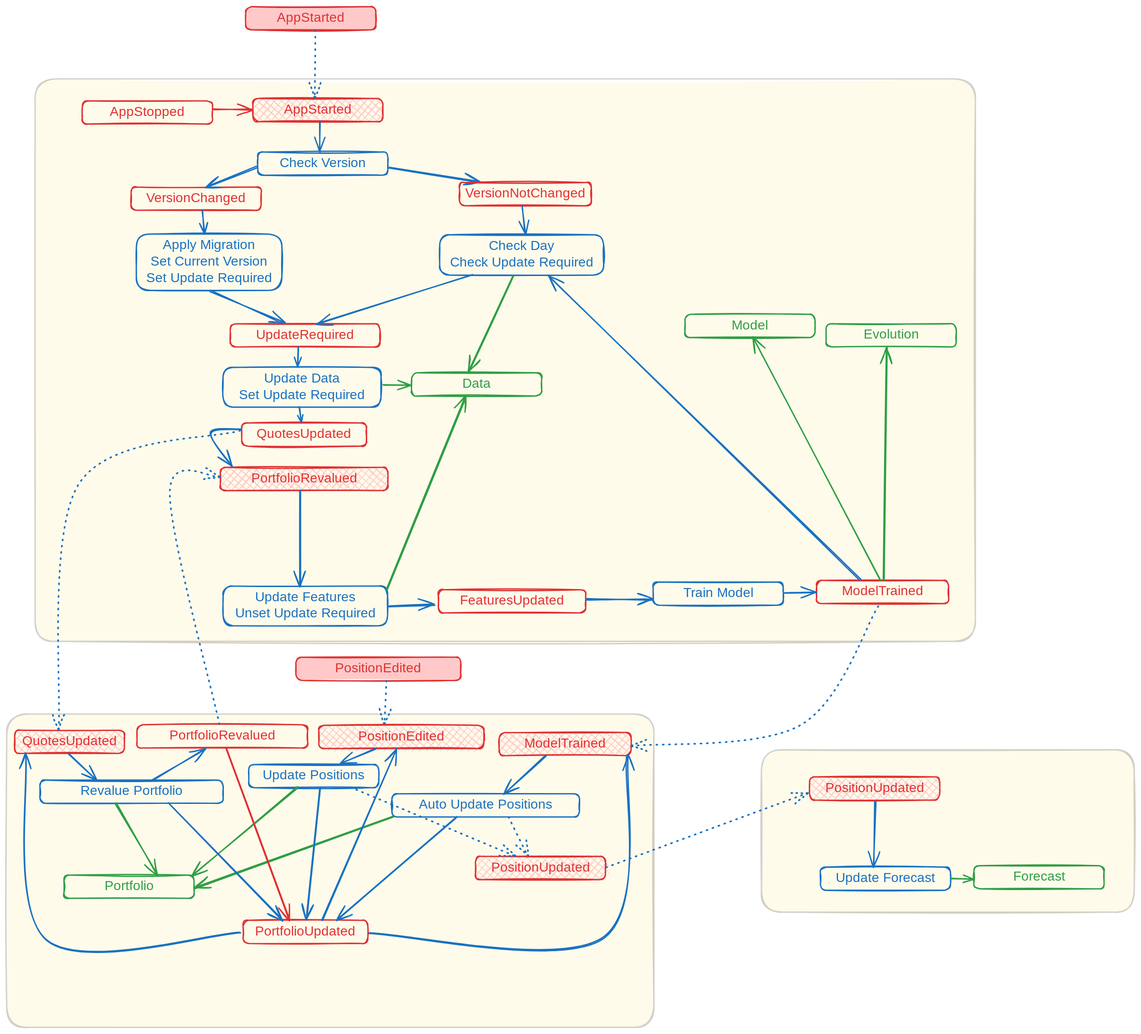
The Excalidraw diagram docs/fsm.excalidraw.svg in WLM1ke/poptimizer, before a commit. Source tidied: one line per element, renumbered; positions are measured from the earlier drawing's top-left corner, leaving out a move shared by most shapes.
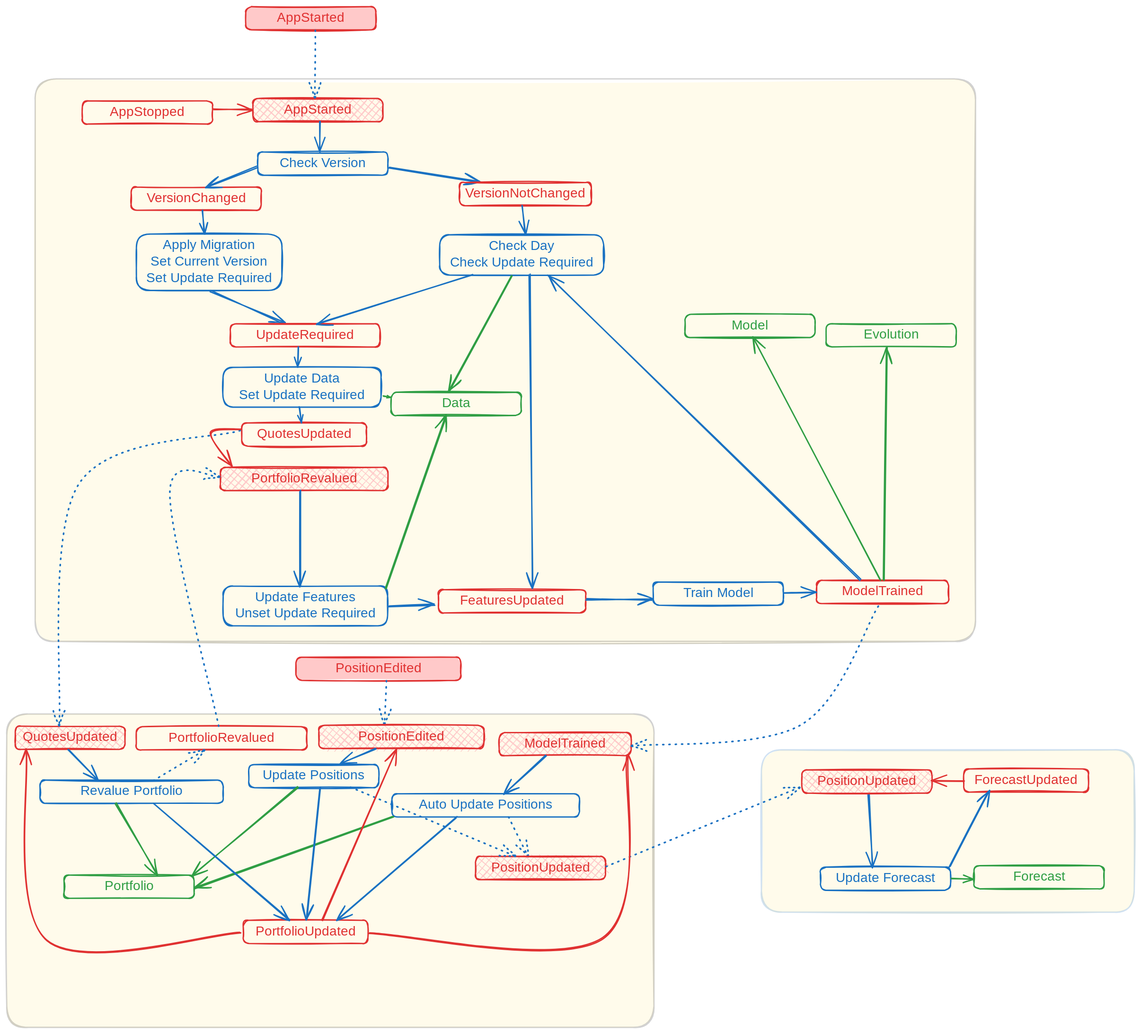
After the commit.

The edit, as a diff of the source:
```diff
@@ -1,3 +1,3 @@
 {"id": 0, "type": "rectangle", "strokeColor": "#1e1e1e", "backgroundColor": "#ffec99", "fillStyle": "solid", "strokeWidth": 2, "roughness": 1, "opacity": 20, "round": true, "x": 43, "y": 109, "width": 1419, "height": 849}
-{"id": 1, "type": "rectangle", "strokeColor": "#1e1e1e", "backgroundColor": "#ffec99", "fillStyle": "solid", "strokeWidth": 2, "roughness": 1, "opacity": 20, "round": true, "x": 1139, "y": 1121, "width": 563, "height": 245}
+{"id": 1, "type": "rectangle", "strokeColor": "#1971c2", "backgroundColor": "#ffec99", "fillStyle": "solid", "strokeWidth": 2, "roughness": 1, "opacity": 20, "round": true, "x": 1139, "y": 1121, "width": 563, "height": 245}
 {"id": 2, "type": "rectangle", "strokeColor": "#1e1e1e", "backgroundColor": "#ffec99", "fillStyle": "solid", "strokeWidth": 2, "roughness": 1, "opacity": 20, "round": true, "x": 0, "y": 1067, "width": 977, "height": 473}
@@ -5,4 +5,4 @@
 {"id": 4, "type": "text", "text": "AppStarted", "strokeColor": "#e03131", "strokeWidth": 2, "roughness": 1, "fontSize": 20, "fontFamily": 5, "textAlign": "center", "verticalAlign": "middle", "inside": 3, "x": 413, "y": 143, "width": 113, "height": 25}
-{"id": 5, "type": "rectangle", "strokeColor": "#2f9e44", "strokeWidth": 2, "roughness": 1, "round": true, "x": 611, "y": 552, "width": 196, "height": 35}
+{"id": 5, "type": "rectangle", "strokeColor": "#2f9e44", "strokeWidth": 2, "roughness": 1, "round": true, "x": 580, "y": 582, "width": 196, "height": 35}
-{"id": 6, "type": "text", "text": "Data", "strokeColor": "#2f9e44", "strokeWidth": 2, "roughness": 1, "fontSize": 20, "fontFamily": 5, "textAlign": "center", "verticalAlign": "middle", "inside": 5, "x": 684, "y": 557, "width": 50, "height": 25}
+{"id": 6, "type": "text", "text": "Data", "strokeColor": "#2f9e44", "strokeWidth": 2, "roughness": 1, "fontSize": 20, "fontFamily": 5, "textAlign": "center", "verticalAlign": "middle", "inside": 5, "x": 654, "y": 587, "width": 50, "height": 25}
 {"id": 7, "type": "rectangle", "strokeColor": "#2f9e44", "strokeWidth": 2, "roughness": 1, "round": true, "x": 86, "y": 1310, "width": 196, "height": 35}
@@ -41,6 +41,6 @@
 {"id": 40, "type": "arrow", "strokeColor": "#1971c2", "strokeWidth": 2, "strokeStyle": "dotted", "roughness": 1, "endArrowhead": "arrow", "round": true, "from": 27, "to": 38, "x": 519, "y": 1179, "width": 250, "height": 103, "points": [[0, 0], [250, 103]]}
-{"id": 41, "type": "arrow", "strokeColor": "#1971c2", "strokeWidth": 2, "roughness": 1, "endArrowhead": "arrow", "round": true, "from": 95, "to": 32, "x": 1310, "y": 1199, "width": 2, "height": 99, "points": [[0, 0], [-2, 99]]}
+{"id": 41, "type": "arrow", "strokeColor": "#1971c2", "strokeWidth": 2, "roughness": 1, "endArrowhead": "arrow", "round": true, "from": 95, "to": 32, "x": 1300, "y": 1187, "width": 7, "height": 111, "points": [[0, 0], [7, 111]]}
 {"id": 42, "type": "rectangle", "strokeColor": "#1971c2", "strokeWidth": 2, "roughness": 1, "round": true, "x": 196, "y": 343, "width": 220, "height": 85}
 {"id": 43, "type": "text", "text": "Apply Migration\nSet Current Version\nSet Update Required", "strokeColor": "#1971c2", "strokeWidth": 2, "roughness": 1, "fontSize": 20, "fontFamily": 5, "textAlign": "center", "verticalAlign": "middle", "inside": 42, "x": 204, "y": 348, "width": 204, "height": 75}
-{"id": 44, "type": "arrow", "strokeColor": "#2f9e44", "backgroundColor": "#ffec99", "fillStyle": "solid", "strokeWidth": 2, "roughness": 1, "endArrowhead": "arrow", "round": true, "from": 17, "to": 5, "x": 569, "y": 571, "width": 41, "height": 0, "points": [[0, 0], [41, 0]]}
+{"id": 44, "type": "arrow", "strokeColor": "#2f9e44", "backgroundColor": "#ffec99", "fillStyle": "solid", "strokeWidth": 2, "roughness": 1, "endArrowhead": "arrow", "round": true, "from": 17, "to": 5, "x": 569, "y": 588, "width": 10, "height": 1, "points": [[0, 0], [10, 1]]}
 {"id": 45, "type": "rectangle", "strokeColor": "#e03131", "strokeWidth": 2, "roughness": 1, "round": true, "x": 683, "y": 265, "width": 199, "height": 35}
@@ -56,3 +56,3 @@
 {"id": 55, "type": "arrow", "strokeColor": "#1971c2", "strokeWidth": 2, "roughness": 1, "endArrowhead": "arrow", "round": true, "from": 50, "to": 17, "x": 440, "y": 514, "width": 1, "height": 30, "points": [[0, 0], [-1, 30]]}
-{"id": 56, "type": "arrow", "strokeColor": "#2f9e44", "strokeWidth": 2, "roughness": 1, "endArrowhead": "arrow", "round": true, "from": 47, "to": 5, "x": 764, "y": 405, "width": 68, "height": 147, "points": [[0, 0], [-68, 147]]}
+{"id": 56, "type": "arrow", "strokeColor": "#2f9e44", "strokeWidth": 2, "roughness": 1, "endArrowhead": "arrow", "round": true, "from": 47, "to": 5, "x": 762, "y": 405, "width": 95, "height": 176, "points": [[0, 0], [-95, 176]]}
 {"id": 57, "type": "rectangle", "strokeColor": "#e03131", "strokeWidth": 2, "roughness": 1, "round": true, "x": 355, "y": 628, "width": 188, "height": 35}
@@ -60,8 +60,8 @@
 {"id": 59, "type": "arrow", "strokeColor": "#1971c2", "strokeWidth": 2, "roughness": 1, "endArrowhead": "arrow", "round": true, "from": 17, "to": 57, "x": 442, "y": 605, "width": 3, "height": 23, "points": [[0, 0], [3, 23]]}
-{"id": 60, "type": "rectangle", "strokeColor": "#e03131", "backgroundColor": "#ffc9c9", "fillStyle": "cross-hatch", "strokeWidth": 2, "roughness": 1, "round": true, "x": 12, "y": 1092, "width": 166, "height": 35}
+{"id": 60, "type": "rectangle", "strokeColor": "#e03131", "backgroundColor": "#ffc9c9", "fillStyle": "cross-hatch", "strokeWidth": 2, "roughness": 1, "round": true, "x": 13, "y": 1086, "width": 166, "height": 35}
-{"id": 61, "type": "text", "text": "QuotesUpdated", "strokeColor": "#e03131", "strokeWidth": 2, "roughness": 1, "fontSize": 20, "fontFamily": 5, "textAlign": "center", "verticalAlign": "middle", "inside": 60, "x": 18, "y": 1097, "width": 154, "height": 25}
+{"id": 61, "type": "text", "text": "QuotesUpdated", "strokeColor": "#e03131", "strokeWidth": 2, "roughness": 1, "fontSize": 20, "fontFamily": 5, "textAlign": "center", "verticalAlign": "middle", "inside": 60, "x": 19, "y": 1091, "width": 154, "height": 25}
-{"id": 62, "type": "arrow", "strokeColor": "#1971c2", "backgroundColor": "#ffc9c9", "fillStyle": "solid", "strokeWidth": 2, "roughness": 1, "endArrowhead": "arrow", "round": true, "from": 60, "to": 19, "x": 93, "y": 1127, "width": 43, "height": 40, "points": [[0, 0], [43, 40]]}
+{"id": 62, "type": "arrow", "strokeColor": "#1971c2", "backgroundColor": "#ffc9c9", "fillStyle": "solid", "strokeWidth": 2, "roughness": 1, "endArrowhead": "arrow", "round": true, "from": 60, "to": 19, "x": 93, "y": 1121, "width": 45, "height": 46, "points": [[0, 0], [45, 46]]}
-{"id": 63, "type": "rectangle", "strokeColor": "#e03131", "strokeWidth": 2, "roughness": 1, "round": true, "x": 197, "y": 1084, "width": 258, "height": 35}
+{"id": 63, "type": "rectangle", "strokeColor": "#e03131", "strokeWidth": 2, "roughness": 1, "round": true, "x": 195, "y": 1086, "width": 258, "height": 35}
-{"id": 64, "type": "text", "text": "PortfolioRevalued", "strokeColor": "#e03131", "strokeWidth": 2, "roughness": 1, "fontSize": 20, "fontFamily": 5, "textAlign": "center", "verticalAlign": "middle", "inside": 63, "x": 239, "y": 1089, "width": 174, "height": 25}
+{"id": 64, "type": "text", "text": "PortfolioRevalued", "strokeColor": "#e03131", "strokeWidth": 2, "roughness": 1, "fontSize": 20, "fontFamily": 5, "textAlign": "center", "verticalAlign": "middle", "inside": 63, "x": 237, "y": 1091, "width": 174, "height": 25}
-{"id": 65, "type": "arrow", "strokeColor": "#1971c2", "backgroundColor": "#ffc9c9", "fillStyle": "solid", "strokeWidth": 2, "roughness": 1, "endArrowhead": "arrow", "round": true, "from": 19, "to": 63, "x": 220, "y": 1167, "width": 80, "height": 48, "points": [[0, 0], [80, -48]]}
+{"id": 65, "type": "arrow", "strokeColor": "#1971c2", "backgroundColor": "#ffc9c9", "fillStyle": "solid", "strokeWidth": 2, "strokeStyle": "dotted", "roughness": 1, "endArrowhead": "arrow", "round": true, "from": 19, "to": 63, "x": 221, "y": 1167, "width": 77, "height": 45, "points": [[0, 0], [77, -45]]}
 {"id": 66, "type": "rectangle", "strokeColor": "#e03131", "backgroundColor": "#ffc9c9", "fillStyle": "cross-hatch", "strokeWidth": 2, "roughness": 1, "round": true, "x": 322, "y": 695, "width": 253, "height": 35}
@@ -74,3 +74,3 @@
 {"id": 73, "type": "arrow", "strokeColor": "#1971c2", "backgroundColor": "#ffc9c9", "fillStyle": "solid", "strokeWidth": 2, "strokeStyle": "dotted", "roughness": 1, "endArrowhead": "arrow", "round": true, "from": 71, "to": 3, "x": 465, "y": 35, "width": 0, "height": 102, "points": [[0, 0], [0, 102]]}
-{"id": 74, "type": "arrow", "strokeColor": "#2f9e44", "backgroundColor": "#ffc9c9", "fillStyle": "solid", "strokeWidth": 2, "roughness": 1, "endArrowhead": "arrow", "round": true, "from": 68, "to": 5, "x": 574, "y": 880, "width": 120, "height": 292, "points": [[0, 0], [120, -292]]}
+{"id": 74, "type": "arrow", "strokeColor": "#2f9e44", "backgroundColor": "#ffc9c9", "fillStyle": "solid", "strokeWidth": 2, "roughness": 1, "endArrowhead": "arrow", "round": true, "from": 68, "to": 5, "x": 572, "y": 878, "width": 92, "height": 261, "points": [[0, 0], [92, -261]]}
 {"id": 75, "type": "arrow", "strokeColor": "#1971c2", "backgroundColor": "#ffc9c9", "fillStyle": "solid", "strokeWidth": 2, "roughness": 1, "endArrowhead": "arrow", "round": true, "from": 68, "to": 52, "x": 577, "y": 906, "width": 70, "height": 3, "points": [[0, 0], [70, -3]]}
@@ -79,4 +79,4 @@
 {"id": 78, "type": "arrow", "strokeColor": "#1971c2", "backgroundColor": "#ffc9c9", "fillStyle": "cross-hatch", "strokeWidth": 2, "roughness": 1, "endArrowhead": "arrow", "round": true, "from": 76, "to": 27, "x": 557, "y": 1120, "width": 52, "height": 23, "points": [[0, 0], [-52, 23]]}
-{"id": 79, "type": "arrow", "strokeColor": "#1971c2", "backgroundColor": "#ffc9c9", "fillStyle": "cross-hatch", "strokeWidth": 2, "strokeStyle": "dotted", "roughness": 1, "endArrowhead": "arrow", "round": true, "from": 57, "to": 60, "x": 353, "y": 641, "width": 274, "height": 451, "points": [[0, 0], [-246, 81], [-274, 451]]}
+{"id": 79, "type": "arrow", "strokeColor": "#1971c2", "backgroundColor": "#ffc9c9", "fillStyle": "cross-hatch", "strokeWidth": 2, "strokeStyle": "dotted", "roughness": 1, "endArrowhead": "arrow", "round": true, "from": 57, "to": 60, "x": 353, "y": 641, "width": 273, "height": 445, "points": [[0, 0], [-246, 81], [-273, 445]]}
-{"id": 80, "type": "arrow", "strokeColor": "#1971c2", "backgroundColor": "#ffc9c9", "fillStyle": "cross-hatch", "strokeWidth": 2, "strokeStyle": "dotted", "roughness": 1, "endArrowhead": "arrow", "round": true, "from": 63, "to": 66, "x": 320, "y": 1083, "width": 74, "height": 374, "points": [[0, 0], [-73, -348], [2, -374]]}
+{"id": 80, "type": "arrow", "strokeColor": "#1971c2", "backgroundColor": "#ffc9c9", "fillStyle": "cross-hatch", "strokeWidth": 2, "strokeStyle": "dotted", "roughness": 1, "endArrowhead": "arrow", "round": true, "from": 63, "to": 66, "x": 319, "y": 1086, "width": 74, "height": 377, "points": [[0, 0], [-72, -351], [3, -377]]}
 {"id": 81, "type": "rectangle", "strokeColor": "#e03131", "strokeWidth": 2, "roughness": 1, "round": true, "x": 1223, "y": 866, "width": 199, "height": 35}
@@ -94,6 +94,6 @@
 {"id": 93, "type": "arrow", "strokeColor": "#1971c2", "backgroundColor": "#ffc9c9", "fillStyle": "cross-hatch", "strokeWidth": 2, "strokeStyle": "dotted", "roughness": 1, "endArrowhead": "arrow", "round": true, "from": 81, "to": 84, "x": 1316, "y": 904, "width": 374, "height": 212, "points": [[0, 0], [-119, 180], [-374, 212]]}
-{"id": 94, "type": "arrow", "strokeColor": "#1971c2", "backgroundColor": "#ffc9c9", "fillStyle": "cross-hatch", "strokeWidth": 2, "roughness": 1, "endArrowhead": "arrow", "round": true, "from": 57, "to": 66, "x": 354, "y": 637, "width": 45, "height": 58, "points": [[0, 0], [-45, 7], [-13, 58]]}
+{"id": 94, "type": "arrow", "strokeColor": "#e03131", "backgroundColor": "#ffc9c9", "fillStyle": "cross-hatch", "strokeWidth": 2, "roughness": 1, "endArrowhead": "arrow", "round": true, "from": 57, "to": 66, "x": 354, "y": 637, "width": 45, "height": 58, "points": [[0, 0], [-45, 7], [-13, 58]]}
-{"id": 95, "type": "rectangle", "strokeColor": "#e03131", "backgroundColor": "#ffc9c9", "fillStyle": "cross-hatch", "strokeWidth": 2, "roughness": 1, "round": true, "x": 1212, "y": 1162, "width": 196, "height": 35}
+{"id": 95, "type": "rectangle", "strokeColor": "#e03131", "backgroundColor": "#ffc9c9", "fillStyle": "cross-hatch", "strokeWidth": 2, "roughness": 1, "round": true, "x": 1200, "y": 1152, "width": 196, "height": 35}
-{"id": 96, "type": "text", "text": "PositionUpdated", "strokeColor": "#e03131", "strokeWidth": 2, "roughness": 1, "fontSize": 20, "fontFamily": 5, "textAlign": "center", "verticalAlign": "middle", "inside": 95, "x": 1229, "y": 1167, "width": 162, "height": 25}
+{"id": 96, "type": "text", "text": "PositionUpdated", "strokeColor": "#e03131", "strokeWidth": 2, "roughness": 1, "fontSize": 20, "fontFamily": 5, "textAlign": "center", "verticalAlign": "middle", "inside": 95, "x": 1217, "y": 1157, "width": 162, "height": 25}
-{"id": 97, "type": "arrow", "strokeColor": "#1971c2", "backgroundColor": "#ffc9c9", "fillStyle": "cross-hatch", "strokeWidth": 2, "strokeStyle": "dotted", "roughness": 1, "endArrowhead": "arrow", "round": true, "from": 38, "to": 95, "x": 905, "y": 1299, "width": 304, "height": 113, "points": [[0, 0], [304, -113]]}
+{"id": 97, "type": "arrow", "strokeColor": "#1971c2", "backgroundColor": "#ffc9c9", "fillStyle": "cross-hatch", "strokeWidth": 2, "strokeStyle": "dotted", "roughness": 1, "endArrowhead": "arrow", "round": true, "from": 38, "to": 95, "x": 905, "y": 1298, "width": 293, "height": 121, "points": [[0, 0], [293, -121]]}
 {"id": 98, "type": "arrow", "strokeColor": "#2f9e44", "backgroundColor": "#ffc9c9", "fillStyle": "cross-hatch", "strokeWidth": 2, "roughness": 1, "endArrowhead": "arrow", "round": true, "from": 35, "to": 7, "x": 584, "y": 1222, "width": 300, "height": 108, "points": [[0, 0], [-300, 108]]}
@@ -101,8 +101,7 @@
 {"id": 100, "type": "text", "text": "PortfolioUpdated", "strokeColor": "#e03131", "strokeWidth": 2, "roughness": 1, "fontSize": 20, "fontFamily": 5, "textAlign": "center", "verticalAlign": "middle", "inside": 99, "x": 365, "y": 1384, "width": 171, "height": 25}
-{"id": 101, "type": "arrow", "strokeColor": "#1971c2", "strokeWidth": 2, "roughness": 1, "endArrowhead": "arrow", "round": true, "from": 19, "to": 99, "x": 244, "y": 1202, "width": 171, "height": 176, "points": [[0, 0], [171, 176]]}
 {"id": 102, "type": "arrow", "strokeColor": "#1971c2", "strokeWidth": 2, "roughness": 1, "endArrowhead": "arrow", "round": true, "from": 27, "to": 99, "x": 473, "y": 1179, "width": 20, "height": 199, "points": [[0, 0], [-20, 199]]}
 {"id": 103, "type": "arrow", "strokeColor": "#1971c2", "strokeWidth": 2, "roughness": 1, "endArrowhead": "arrow", "round": true, "from": 35, "to": 99, "x": 679, "y": 1223, "width": 182, "height": 155, "points": [[0, 0], [-182, 155]]}
-{"id": 104, "type": "arrow", "strokeColor": "#1971c2", "strokeWidth": 2, "roughness": 1, "endArrowhead": "arrow", "round": true, "from": 99, "to": 84, "x": 546, "y": 1398, "width": 391, "height": 276, "points": [[0, 0], [354, 8], [391, -268]]}
+{"id": 104, "type": "arrow", "strokeColor": "#e03131", "strokeWidth": 2, "roughness": 1, "endArrowhead": "arrow", "round": true, "from": 99, "to": 84, "x": 546, "y": 1398, "width": 390, "height": 276, "points": [[0, 0], [354, 8], [390, -268]]}
-{"id": 105, "type": "arrow", "strokeColor": "#1971c2", "strokeWidth": 2, "roughness": 1, "endArrowhead": "arrow", "round": true, "from": 99, "to": 76, "x": 476, "y": 1378, "width": 112, "height": 259, "points": [[0, 0], [112, -259]]}
+{"id": 105, "type": "arrow", "strokeColor": "#e03131", "strokeWidth": 2, "roughness": 1, "endArrowhead": "arrow", "round": true, "from": 99, "to": 76, "x": 476, "y": 1378, "width": 112, "height": 259, "points": [[0, 0], [112, -259]]}
-{"id": 106, "type": "arrow", "strokeColor": "#1971c2", "strokeWidth": 2, "roughness": 1, "endArrowhead": "arrow", "round": true, "from": 99, "to": 60, "x": 353, "y": 1397, "width": 325, "height": 281, "points": [[0, 0], [-293, 11], [-325, -270]]}
+{"id": 106, "type": "arrow", "strokeColor": "#e03131", "strokeWidth": 2, "roughness": 1, "endArrowhead": "arrow", "round": true, "from": 99, "to": 60, "x": 353, "y": 1397, "width": 325, "height": 287, "points": [[0, 0], [-293, 11], [-325, -276]]}
 {"id": 107, "type": "rectangle", "strokeColor": "#e03131", "strokeWidth": 2, "roughness": 1, "round": true, "x": 114, "y": 142, "width": 196, "height": 35}
@@ -113,2 +112,7 @@
 {"id": 112, "type": "arrow", "strokeColor": "#2f9e44", "strokeWidth": 2, "roughness": 1, "endArrowhead": "arrow", "round": true, "from": 81, "to": 110, "x": 1324, "y": 864, "width": 5, "height": 351, "points": [[0, 0], [5, -351]]}
-{"id": 113, "type": "arrow", "strokeColor": "#e03131", "strokeWidth": 2, "roughness": 1, "endArrowhead": "arrow", "round": true, "from": 63, "to": 99, "x": 331, "y": 1119, "width": 95, "height": 260, "points": [[0, 0], [95, 260]]}
+{"id": 113, "type": "arrow", "strokeColor": "#1971c2", "strokeWidth": 2, "roughness": 1, "endArrowhead": "arrow", "round": true, "from": 19, "to": 99, "x": 221, "y": 1202, "width": 205, "height": 176, "points": [[0, 0], [205, 176]]}
+{"id": 114, "type": "rectangle", "strokeColor": "#e03131", "strokeWidth": 2, "roughness": 1, "round": true, "x": 1444, "y": 1150, "width": 188, "height": 35}
+{"id": 115, "type": "text", "text": "ForecastUpdated", "strokeColor": "#e03131", "strokeWidth": 2, "roughness": 1, "fontSize": 20, "fontFamily": 5, "textAlign": "center", "verticalAlign": "middle", "inside": 114, "x": 1454, "y": 1155, "width": 170, "height": 25}
+{"id": 116, "type": "arrow", "strokeColor": "#e03131", "strokeWidth": 2, "roughness": 1, "endArrowhead": "arrow", "round": true, "from": 114, "to": 95, "x": 1445, "y": 1169, "width": 49, "height": 1, "points": [[0, 0], [-49, -1]]}
+{"id": 117, "type": "arrow", "strokeColor": "#1971c2", "strokeWidth": 2, "roughness": 1, "endArrowhead": "arrow", "round": true, "from": 32, "to": 114, "x": 1423, "y": 1299, "width": 60, "height": 115, "points": [[0, 0], [60, -115]]}
+{"id": 118, "type": "arrow", "strokeColor": "#1971c2", "strokeWidth": 2, "roughness": 1, "endArrowhead": "arrow", "round": true, "from": 47, "to": 52, "x": 789, "y": 405, "width": 4, "height": 473, "points": [[0, 0], [4, 473]]}
```
